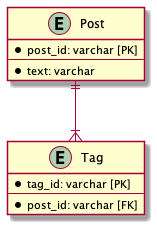
This is assets/post_table_after.png from kamimi01/praha_challenge_tasks, a PlantUML export, as it was before one commit.
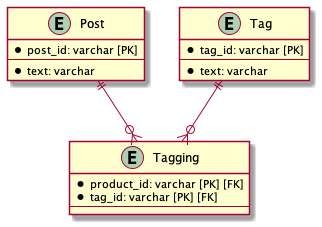
The same diagram one commit later.

Commit message:
fix: テーブル構造を修正

#69

What changed in the source:
```diff
@@ -6,12 +6,19 @@
   * text: varchar
 }
 
+entity Tagging {
+  * product_id: varchar [PK] [FK]
+  * tag_id: varchar [PK] [FK]
+  ---
+}
+
 entity Tag {
   * tag_id: varchar [PK]
   ---
-  * post_id: varchar [FK]
+  * text: varchar
 }
 
-Post ||--|{ Tag
+Post ||--o{ Tagging
+Tag ||--o{ Tagging
 
 @enduml
```
